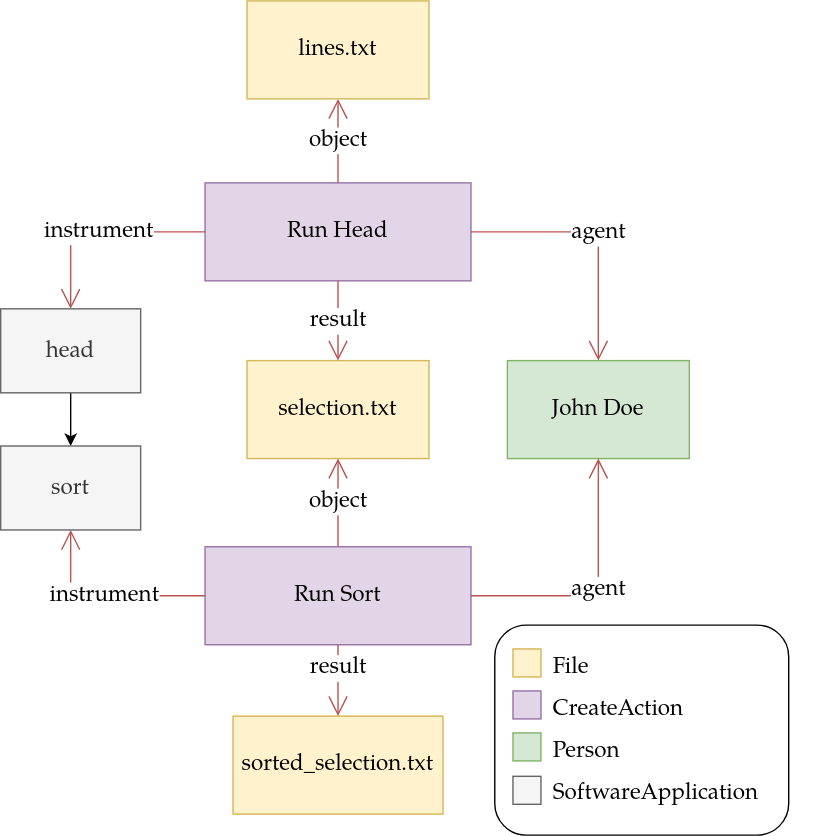
Above: content/2023/phd/workflow-run-crate/wrroc-figure-example.drawio.svg in stain/s11.no (draw.io), before the change. Source tidied: cells renumbered, new cells last; positions are measured from the earlier drawing's top-left corner, leaving out a move shared by most shapes. Source of this version:
```xml
<mxGraphModel>
  <root>
    <mxCell id="0" />
    <mxCell id="1" parent="0" />
    <mxCell id="2" style="edgeStyle=orthogonalEdgeStyle;rounded=0;jettySize=auto;html=1;" parent="1" edge="1" source="3" target="11">
      <mxGeometry relative="1" as="geometry" />
    </mxCell>
    <mxCell id="3" value="&lt;div style=&quot;font-size: 16px;&quot;&gt;&lt;font face=&quot;TeX Gyre Pagella&quot;&gt;head&lt;/font&gt;&lt;/div&gt;" style="rounded=0;whiteSpace=wrap;html=1;fillColor=#f5f5f5;strokeColor=#666666;fontColor=#333333;" parent="1" vertex="1">
      <mxGeometry y="220" width="100" height="60" as="geometry" />
    </mxCell>
    <mxCell id="4" value="&lt;div&gt;&lt;font size=&quot;3&quot; face=&quot;TeX Gyre Pagella&quot;&gt;Run Head&lt;/font&gt;&lt;/div&gt;" style="rounded=0;whiteSpace=wrap;html=1;fillColor=#e1d5e7;strokeColor=#9673a6;" parent="1" vertex="1">
      <mxGeometry x="146" y="130" width="190" height="70" as="geometry" />
    </mxCell>
    <mxCell id="5" value="&lt;font size=&quot;3&quot; face=&quot;TeX Gyre Pagella&quot;&gt;John Doe&lt;br&gt;&lt;/font&gt;" style="rounded=0;whiteSpace=wrap;html=1;fillColor=#d5e8d4;strokeColor=#82b366;" parent="1" vertex="1">
      <mxGeometry x="362" y="257" width="130" height="70" as="geometry" />
    </mxCell>
    <mxCell id="6" value="&lt;font size=&quot;3&quot; face=&quot;TeX Gyre Pagella&quot;&gt;selection.txt&lt;/font&gt;" style="rounded=0;whiteSpace=wrap;html=1;fillColor=#fff2cc;strokeColor=#d6b656;" parent="1" vertex="1">
      <mxGeometry x="176" y="257" width="130" height="70" as="geometry" />
    </mxCell>
    <mxCell id="7" value="&lt;div&gt;&lt;font size=&quot;3&quot; face=&quot;TeX Gyre Pagella&quot;&gt;instrument&lt;/font&gt;&lt;/div&gt;" style="endArrow=open;html=1;endSize=12;startArrow=none;startSize=14;startFill=0;edgeStyle=orthogonalEdgeStyle;rounded=0;fillColor=#f8cecc;strokeColor=#b85450;" parent="1" edge="1" source="4" target="3">
      <mxGeometry relative="1" as="geometry" />
    </mxCell>
    <mxCell id="8" value="&lt;div&gt;&lt;font size=&quot;3&quot; face=&quot;TeX Gyre Pagella&quot;&gt;object&lt;/font&gt;&lt;/div&gt;" style="endArrow=open;html=1;endSize=12;startArrow=none;startSize=14;startFill=0;edgeStyle=orthogonalEdgeStyle;rounded=0;fillColor=#f8cecc;strokeColor=#b85450;" parent="1" edge="1" source="4" target="12">
      <mxGeometry relative="1" as="geometry" />
    </mxCell>
    <mxCell id="9" value="&lt;div&gt;&lt;font size=&quot;3&quot; face=&quot;TeX Gyre Pagella&quot;&gt;agent&lt;/font&gt;&lt;/div&gt;" style="endArrow=open;html=1;endSize=12;startArrow=none;startSize=14;startFill=0;edgeStyle=orthogonalEdgeStyle;rounded=0;fillColor=#f8cecc;strokeColor=#b85450;" parent="1" edge="1" source="4" target="5">
      <mxGeometry relative="1" as="geometry" />
    </mxCell>
    <mxCell id="10" value="&lt;font size=&quot;3&quot; face=&quot;TeX Gyre Pagella&quot;&gt;result&lt;/font&gt;" style="endArrow=open;html=1;endSize=12;startArrow=none;startSize=14;startFill=0;edgeStyle=orthogonalEdgeStyle;rounded=0;fillColor=#f8cecc;strokeColor=#b85450;" parent="1" edge="1" source="4" target="6">
      <mxGeometry relative="1" as="geometry">
        <Array as="points">
          <mxPoint x="241" y="217" />
          <mxPoint x="241" y="217" />
        </Array>
      </mxGeometry>
    </mxCell>
    <mxCell id="11" value="&lt;div style=&quot;font-size: 16px;&quot;&gt;&lt;font face=&quot;TeX Gyre Pagella&quot;&gt;sort&lt;/font&gt;&lt;/div&gt;" style="rounded=0;whiteSpace=wrap;html=1;fillColor=#f5f5f5;strokeColor=#666666;fontColor=#333333;" parent="1" vertex="1">
      <mxGeometry y="318" width="100" height="60" as="geometry" />
    </mxCell>
    <mxCell id="12" value="&lt;font size=&quot;3&quot; face=&quot;TeX Gyre Pagella&quot;&gt;lines.txt&lt;br&gt;&lt;/font&gt;" style="rounded=0;whiteSpace=wrap;html=1;fillColor=#fff2cc;strokeColor=#d6b656;" parent="1" vertex="1">
      <mxGeometry x="176" width="130" height="70" as="geometry" />
    </mxCell>
    <mxCell id="13" value="&lt;font size=&quot;3&quot; face=&quot;TeX Gyre Pagella&quot;&gt;sorted_selection.txt&lt;br&gt;&lt;/font&gt;" style="rounded=0;whiteSpace=wrap;html=1;fillColor=#fff2cc;strokeColor=#d6b656;" parent="1" vertex="1">
      <mxGeometry x="166" y="511" width="150" height="70" as="geometry" />
    </mxCell>
    <mxCell id="14" value="&lt;div&gt;&lt;font size=&quot;3&quot; face=&quot;TeX Gyre Pagella&quot;&gt;Run Sort&lt;br&gt;&lt;/font&gt;&lt;/div&gt;" style="rounded=0;whiteSpace=wrap;html=1;fillColor=#e1d5e7;strokeColor=#9673a6;" parent="1" vertex="1">
      <mxGeometry x="146" y="390" width="190" height="70" as="geometry" />
    </mxCell>
    <mxCell id="15" value="&lt;div&gt;&lt;font size=&quot;3&quot; face=&quot;TeX Gyre Pagella&quot;&gt;object&lt;/font&gt;&lt;/div&gt;" style="endArrow=open;html=1;endSize=12;startArrow=none;startSize=14;startFill=0;edgeStyle=orthogonalEdgeStyle;rounded=0;fillColor=#f8cecc;strokeColor=#b85450;" parent="1" edge="1" source="14" target="6">
      <mxGeometry relative="1" as="geometry" />
    </mxCell>
    <mxCell id="16" value="&lt;font size=&quot;3&quot; face=&quot;TeX Gyre Pagella&quot;&gt;result&lt;/font&gt;" style="endArrow=open;html=1;endSize=12;startArrow=none;startSize=14;startFill=0;edgeStyle=orthogonalEdgeStyle;rounded=0;fillColor=#f8cecc;strokeColor=#b85450;" parent="1" edge="1" source="14" target="13">
      <mxGeometry x="-0.32" relative="1" as="geometry" />
    </mxCell>
    <mxCell id="17" style="edgeStyle=orthogonalEdgeStyle;rounded=0;orthogonalLoop=1;jettySize=auto;html=1;exitX=0.5;exitY=1;exitDx=0;exitDy=0;" parent="1" edge="1" source="6" target="6">
      <mxGeometry relative="1" as="geometry" />
    </mxCell>
    <mxCell id="18" value="&lt;div&gt;&lt;font size=&quot;3&quot; face=&quot;TeX Gyre Pagella&quot;&gt;agent&lt;/font&gt;&lt;/div&gt;" style="endArrow=open;html=1;endSize=12;startArrow=none;startSize=14;startFill=0;edgeStyle=orthogonalEdgeStyle;rounded=0;fillColor=#f8cecc;strokeColor=#b85450;" parent="1" edge="1" source="14" target="5">
      <mxGeometry relative="1" as="geometry" />
    </mxCell>
    <mxCell id="19" value="&lt;div&gt;&lt;font size=&quot;3&quot; face=&quot;TeX Gyre Pagella&quot;&gt;instrument&lt;/font&gt;&lt;/div&gt;" style="endArrow=open;html=1;endSize=12;startArrow=none;startSize=14;startFill=0;edgeStyle=orthogonalEdgeStyle;rounded=0;fillColor=#f8cecc;strokeColor=#b85450;" parent="1" edge="1" source="14" target="11">
      <mxGeometry relative="1" as="geometry" />
    </mxCell>
    <mxCell id="20" style="group;" parent="1" vertex="1">
      <mxGeometry x="353" y="446" width="210" height="150" as="geometry" />
    </mxCell>
    <mxCell id="21" value="&lt;p style=&quot;line-height: 150%;&quot;&gt;&lt;/p&gt;&lt;blockquote style=&quot;line-height: 250%;&quot;&gt;&lt;font style=&quot;font-size: 16px;&quot; face=&quot;TeX Gyre Pagella&quot;&gt;File&lt;br&gt;CreateAction&lt;br&gt;Person&lt;/font&gt;&lt;font style=&quot;font-size: 16px;&quot; face=&quot;TeX Gyre Pagella&quot;&gt;&lt;br&gt;SoftwareApplication&lt;/font&gt;&lt;/blockquote&gt;&lt;p&gt;&lt;/p&gt;&lt;p&gt;&lt;/p&gt;" style="rounded=1;whiteSpace=wrap;html=1;align=left;" parent="20" vertex="1">
      <mxGeometry width="210" height="150" as="geometry" />
    </mxCell>
    <mxCell id="22" style="rounded=0;whiteSpace=wrap;html=1;fillColor=#fff2cc;strokeColor=#d6b656;" parent="20" vertex="1">
      <mxGeometry x="13" y="17" width="20" height="20" as="geometry" />
    </mxCell>
    <mxCell id="23" style="rounded=0;whiteSpace=wrap;html=1;fillColor=#e1d5e7;strokeColor=#9673a6;" parent="20" vertex="1">
      <mxGeometry x="13" y="47" width="20" height="20" as="geometry" />
    </mxCell>
    <mxCell id="24" style="rounded=0;whiteSpace=wrap;html=1;fillColor=#d5e8d4;strokeColor=#82b366;" parent="20" vertex="1">
      <mxGeometry x="13" y="77" width="20" height="20" as="geometry" />
    </mxCell>
    <mxCell id="25" style="rounded=0;whiteSpace=wrap;html=1;fillColor=#f5f5f5;strokeColor=#666666;fontColor=#333333;" parent="20" vertex="1">
      <mxGeometry x="13" y="108" width="20" height="20" as="geometry" />
    </mxCell>
  </root>
</mxGraphModel>
```
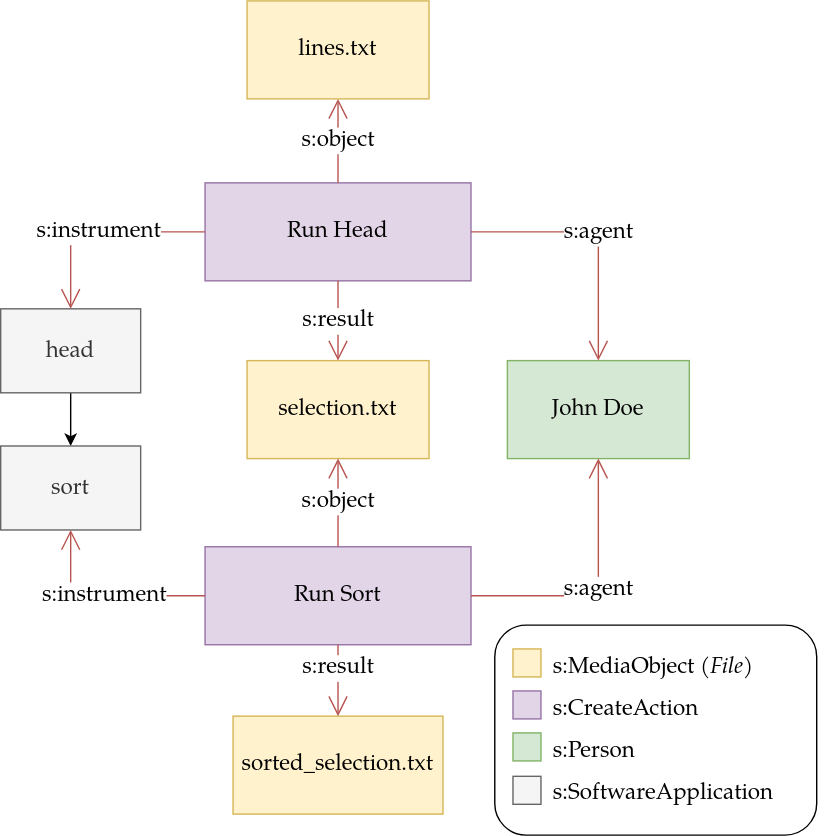
After the commit.

What changed in the source:
```diff
@@ -17,16 +17,16 @@
     <mxCell id="6" value="&lt;font size=&quot;3&quot; face=&quot;TeX Gyre Pagella&quot;&gt;selection.txt&lt;/font&gt;" style="rounded=0;whiteSpace=wrap;html=1;fillColor=#fff2cc;strokeColor=#d6b656;" parent="1" vertex="1">
       <mxGeometry x="176" y="257" width="130" height="70" as="geometry" />
     </mxCell>
-    <mxCell id="7" value="&lt;div&gt;&lt;font size=&quot;3&quot; face=&quot;TeX Gyre Pagella&quot;&gt;instrument&lt;/font&gt;&lt;/div&gt;" style="endArrow=open;html=1;endSize=12;startArrow=none;startSize=14;startFill=0;edgeStyle=orthogonalEdgeStyle;rounded=0;fillColor=#f8cecc;strokeColor=#b85450;" parent="1" edge="1" source="4" target="3">
+    <mxCell id="7" value="&lt;div&gt;&lt;font size=&quot;3&quot; face=&quot;TeX Gyre Pagella&quot;&gt;s:instrument&lt;/font&gt;&lt;/div&gt;" style="endArrow=open;html=1;endSize=12;startArrow=none;startSize=14;startFill=0;edgeStyle=orthogonalEdgeStyle;rounded=0;fillColor=#f8cecc;strokeColor=#b85450;" parent="1" edge="1" source="4" target="3">
       <mxGeometry relative="1" as="geometry" />
     </mxCell>
-    <mxCell id="8" value="&lt;div&gt;&lt;font size=&quot;3&quot; face=&quot;TeX Gyre Pagella&quot;&gt;object&lt;/font&gt;&lt;/div&gt;" style="endArrow=open;html=1;endSize=12;startArrow=none;startSize=14;startFill=0;edgeStyle=orthogonalEdgeStyle;rounded=0;fillColor=#f8cecc;strokeColor=#b85450;" parent="1" edge="1" source="4" target="12">
+    <mxCell id="8" value="&lt;div&gt;&lt;font size=&quot;3&quot; face=&quot;TeX Gyre Pagella&quot;&gt;s:object&lt;/font&gt;&lt;/div&gt;" style="endArrow=open;html=1;endSize=12;startArrow=none;startSize=14;startFill=0;edgeStyle=orthogonalEdgeStyle;rounded=0;fillColor=#f8cecc;strokeColor=#b85450;" parent="1" edge="1" source="4" target="12">
       <mxGeometry relative="1" as="geometry" />
     </mxCell>
-    <mxCell id="9" value="&lt;div&gt;&lt;font size=&quot;3&quot; face=&quot;TeX Gyre Pagella&quot;&gt;agent&lt;/font&gt;&lt;/div&gt;" style="endArrow=open;html=1;endSize=12;startArrow=none;startSize=14;startFill=0;edgeStyle=orthogonalEdgeStyle;rounded=0;fillColor=#f8cecc;strokeColor=#b85450;" parent="1" edge="1" source="4" target="5">
+    <mxCell id="9" value="&lt;div&gt;&lt;font size=&quot;3&quot; face=&quot;TeX Gyre Pagella&quot;&gt;s:agent&lt;/font&gt;&lt;/div&gt;" style="endArrow=open;html=1;endSize=12;startArrow=none;startSize=14;startFill=0;edgeStyle=orthogonalEdgeStyle;rounded=0;fillColor=#f8cecc;strokeColor=#b85450;" parent="1" edge="1" source="4" target="5">
       <mxGeometry relative="1" as="geometry" />
     </mxCell>
-    <mxCell id="10" value="&lt;font size=&quot;3&quot; face=&quot;TeX Gyre Pagella&quot;&gt;result&lt;/font&gt;" style="endArrow=open;html=1;endSize=12;startArrow=none;startSize=14;startFill=0;edgeStyle=orthogonalEdgeStyle;rounded=0;fillColor=#f8cecc;strokeColor=#b85450;" parent="1" edge="1" source="4" target="6">
+    <mxCell id="10" value="&lt;font size=&quot;3&quot; face=&quot;TeX Gyre Pagella&quot;&gt;s:result&lt;/font&gt;" style="endArrow=open;html=1;endSize=12;startArrow=none;startSize=14;startFill=0;edgeStyle=orthogonalEdgeStyle;rounded=0;fillColor=#f8cecc;strokeColor=#b85450;" parent="1" edge="1" source="4" target="6">
       <mxGeometry relative="1" as="geometry">
         <Array as="points">
           <mxPoint x="241" y="217" />
@@ -46,26 +46,26 @@
     <mxCell id="14" value="&lt;div&gt;&lt;font size=&quot;3&quot; face=&quot;TeX Gyre Pagella&quot;&gt;Run Sort&lt;br&gt;&lt;/font&gt;&lt;/div&gt;" style="rounded=0;whiteSpace=wrap;html=1;fillColor=#e1d5e7;strokeColor=#9673a6;" parent="1" vertex="1">
       <mxGeometry x="146" y="390" width="190" height="70" as="geometry" />
     </mxCell>
-    <mxCell id="15" value="&lt;div&gt;&lt;font size=&quot;3&quot; face=&quot;TeX Gyre Pagella&quot;&gt;object&lt;/font&gt;&lt;/div&gt;" style="endArrow=open;html=1;endSize=12;startArrow=none;startSize=14;startFill=0;edgeStyle=orthogonalEdgeStyle;rounded=0;fillColor=#f8cecc;strokeColor=#b85450;" parent="1" edge="1" source="14" target="6">
+    <mxCell id="15" value="&lt;font size=&quot;3&quot; face=&quot;TeX Gyre Pagella&quot;&gt;s:object&lt;/font&gt;" style="endArrow=open;html=1;endSize=12;startArrow=none;startSize=14;startFill=0;edgeStyle=orthogonalEdgeStyle;rounded=0;fillColor=#f8cecc;strokeColor=#b85450;" parent="1" edge="1" source="14" target="6">
       <mxGeometry relative="1" as="geometry" />
     </mxCell>
-    <mxCell id="16" value="&lt;font size=&quot;3&quot; face=&quot;TeX Gyre Pagella&quot;&gt;result&lt;/font&gt;" style="endArrow=open;html=1;endSize=12;startArrow=none;startSize=14;startFill=0;edgeStyle=orthogonalEdgeStyle;rounded=0;fillColor=#f8cecc;strokeColor=#b85450;" parent="1" edge="1" source="14" target="13">
+    <mxCell id="16" value="&lt;font size=&quot;3&quot; face=&quot;TeX Gyre Pagella&quot;&gt;s:result&lt;/font&gt;" style="endArrow=open;html=1;endSize=12;startArrow=none;startSize=14;startFill=0;edgeStyle=orthogonalEdgeStyle;rounded=0;fillColor=#f8cecc;strokeColor=#b85450;" parent="1" edge="1" source="14" target="13">
       <mxGeometry x="-0.32" relative="1" as="geometry" />
     </mxCell>
     <mxCell id="17" style="edgeStyle=orthogonalEdgeStyle;rounded=0;orthogonalLoop=1;jettySize=auto;html=1;exitX=0.5;exitY=1;exitDx=0;exitDy=0;" parent="1" edge="1" source="6" target="6">
       <mxGeometry relative="1" as="geometry" />
     </mxCell>
-    <mxCell id="18" value="&lt;div&gt;&lt;font size=&quot;3&quot; face=&quot;TeX Gyre Pagella&quot;&gt;agent&lt;/font&gt;&lt;/div&gt;" style="endArrow=open;html=1;endSize=12;startArrow=none;startSize=14;startFill=0;edgeStyle=orthogonalEdgeStyle;rounded=0;fillColor=#f8cecc;strokeColor=#b85450;" parent="1" edge="1" source="14" target="5">
+    <mxCell id="18" value="&lt;div&gt;&lt;font size=&quot;3&quot; face=&quot;TeX Gyre Pagella&quot;&gt;s:agent&lt;/font&gt;&lt;/div&gt;" style="endArrow=open;html=1;endSize=12;startArrow=none;startSize=14;startFill=0;edgeStyle=orthogonalEdgeStyle;rounded=0;fillColor=#f8cecc;strokeColor=#b85450;" parent="1" edge="1" source="14" target="5">
       <mxGeometry relative="1" as="geometry" />
     </mxCell>
-    <mxCell id="19" value="&lt;div&gt;&lt;font size=&quot;3&quot; face=&quot;TeX Gyre Pagella&quot;&gt;instrument&lt;/font&gt;&lt;/div&gt;" style="endArrow=open;html=1;endSize=12;startArrow=none;startSize=14;startFill=0;edgeStyle=orthogonalEdgeStyle;rounded=0;fillColor=#f8cecc;strokeColor=#b85450;" parent="1" edge="1" source="14" target="11">
+    <mxCell id="19" value="&lt;div&gt;&lt;font size=&quot;3&quot; face=&quot;TeX Gyre Pagella&quot;&gt;s:instrument&lt;/font&gt;&lt;/div&gt;" style="endArrow=open;html=1;endSize=12;startArrow=none;startSize=14;startFill=0;edgeStyle=orthogonalEdgeStyle;rounded=0;fillColor=#f8cecc;strokeColor=#b85450;" parent="1" edge="1" source="14" target="11">
       <mxGeometry relative="1" as="geometry" />
     </mxCell>
     <mxCell id="20" style="group;" parent="1" vertex="1">
-      <mxGeometry x="353" y="446" width="210" height="150" as="geometry" />
+      <mxGeometry x="353" y="446" width="230" height="150" as="geometry" />
     </mxCell>
-    <mxCell id="21" value="&lt;p style=&quot;line-height: 150%;&quot;&gt;&lt;/p&gt;&lt;blockquote style=&quot;line-height: 250%;&quot;&gt;&lt;font style=&quot;font-size: 16px;&quot; face=&quot;TeX Gyre Pagella&quot;&gt;File&lt;br&gt;CreateAction&lt;br&gt;Person&lt;/font&gt;&lt;font style=&quot;font-size: 16px;&quot; face=&quot;TeX Gyre Pagella&quot;&gt;&lt;br&gt;SoftwareApplication&lt;/font&gt;&lt;/blockquote&gt;&lt;p&gt;&lt;/p&gt;&lt;p&gt;&lt;/p&gt;" style="rounded=1;whiteSpace=wrap;html=1;align=left;" parent="20" vertex="1">
-      <mxGeometry width="210" height="150" as="geometry" />
+    <mxCell id="21" value="&lt;p style=&quot;line-height: 150%;&quot;&gt;&lt;/p&gt;&lt;blockquote style=&quot;line-height: 250%;&quot;&gt;&lt;font style=&quot;font-size: 16px;&quot; face=&quot;TeX Gyre Pagella&quot;&gt;s:MediaObject&lt;i&gt; (File)&lt;/i&gt;&lt;br&gt;s:CreateAction&lt;br&gt;s:Person&lt;/font&gt;&lt;font style=&quot;font-size: 16px;&quot; face=&quot;TeX Gyre Pagella&quot;&gt;&lt;br&gt;s:SoftwareApplication&lt;/font&gt;&lt;/blockquote&gt;&lt;p&gt;&lt;/p&gt;&lt;p&gt;&lt;/p&gt;" style="rounded=1;whiteSpace=wrap;html=1;align=left;" parent="20" vertex="1">
+      <mxGeometry width="230" height="150" as="geometry" />
     </mxCell>
     <mxCell id="22" style="rounded=0;whiteSpace=wrap;html=1;fillColor=#fff2cc;strokeColor=#d6b656;" parent="20" vertex="1">
       <mxGeometry x="13" y="17" width="20" height="20" as="geometry" />
```
